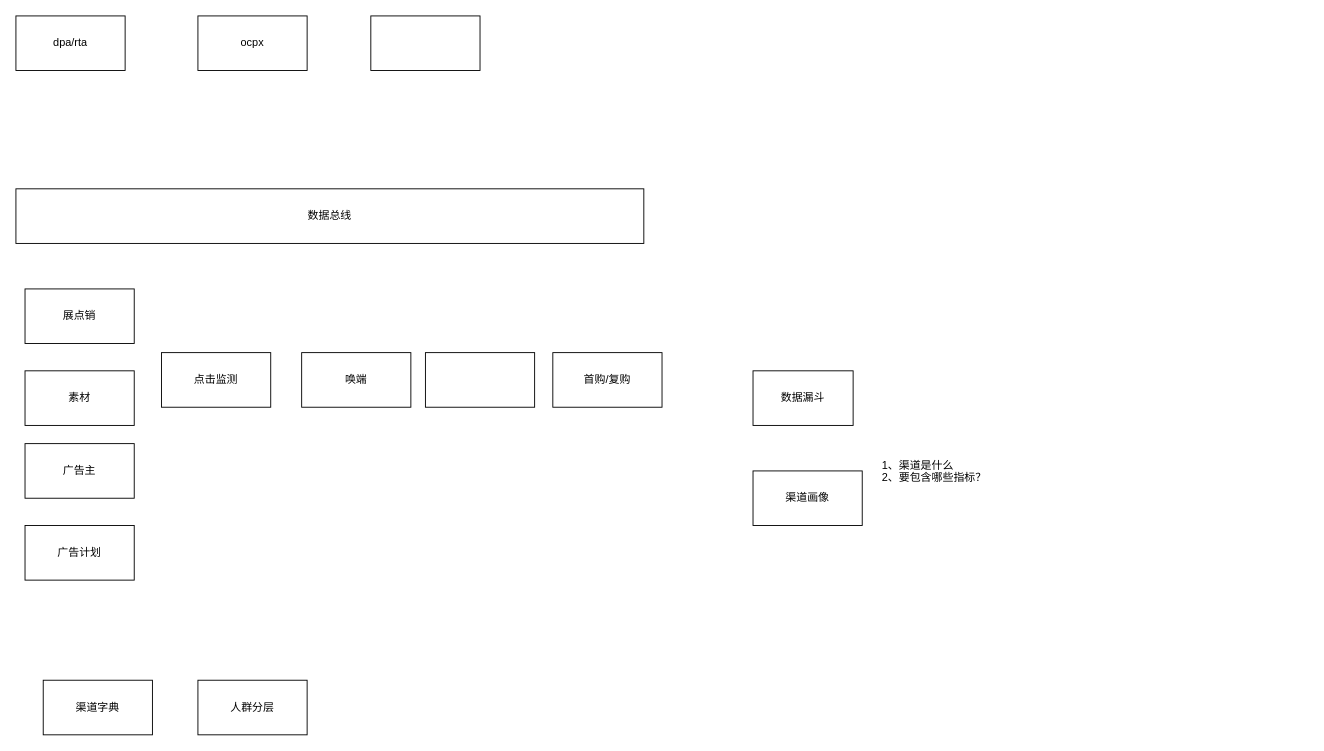
zengnm/diagrams keeps this draw.io diagram as 渠道数据.drawio. Above is the earlier version. Source tidied: cells renumbered, new cells numbered last; positions are measured from the earlier drawing's top-left corner, leaving out a move shared by most shapes. Both pictures are drawn from the tidied source at 91%, with x=0, y=0 at pixel (15, 15).
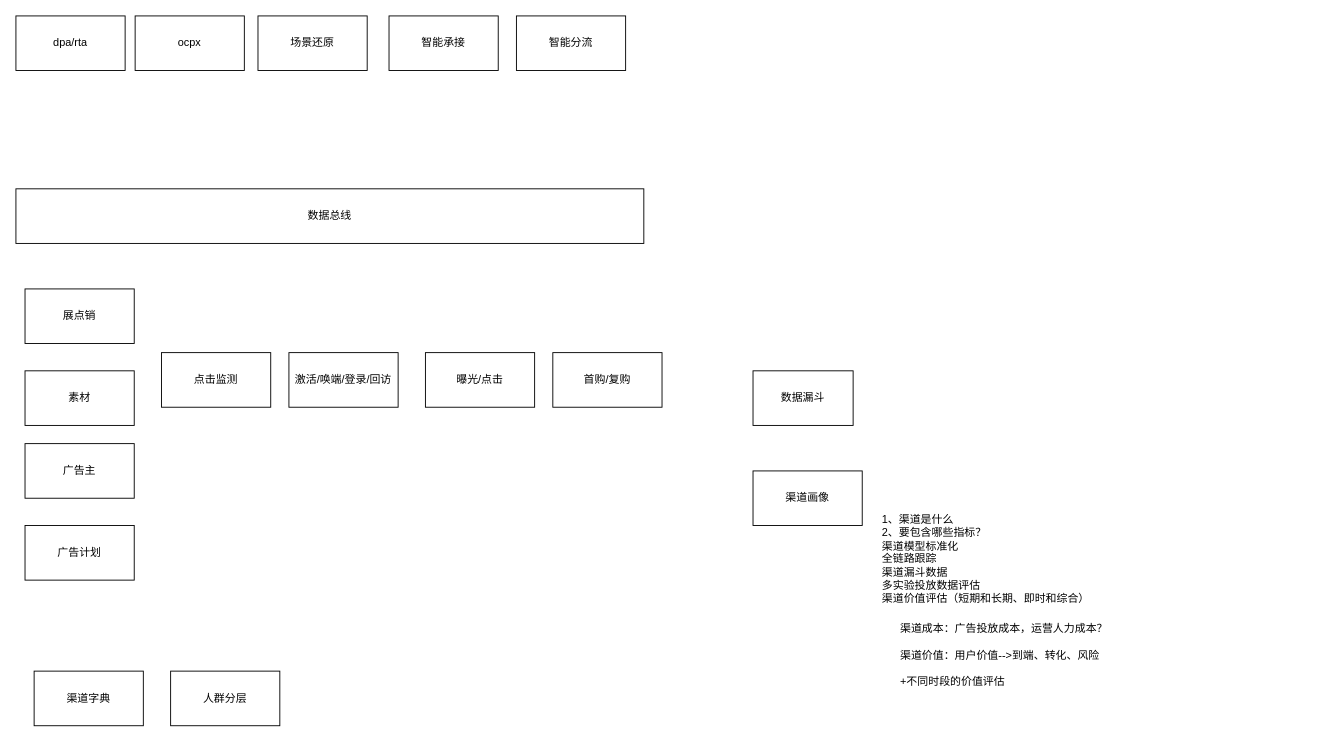
The same page after the edit.

Change to the diagram source:
```diff
@@
     <mxCell id="2" value="渠道字典" style="rounded=0;whiteSpace=wrap;html=1;" parent="1" vertex="1">
-      <mxGeometry x="30" y="730" width="120" height="60" as="geometry" />
+      <mxGeometry x="20" y="720" width="120" height="60" as="geometry" />
     </mxCell>
@@
     <mxCell id="10" value="人群分层" style="rounded=0;whiteSpace=wrap;html=1;" parent="1" vertex="1">
-      <mxGeometry x="200" y="730" width="120" height="60" as="geometry" />
+      <mxGeometry x="170" y="720" width="120" height="60" as="geometry" />
     </mxCell>
@@
     <mxCell id="12" value="ocpx" style="rounded=0;whiteSpace=wrap;html=1;" parent="1" vertex="1">
-      <mxGeometry x="200" width="120" height="60" as="geometry" />
+      <mxGeometry x="131" width="120" height="60" as="geometry" />
     </mxCell>
@@
-    <mxCell id="14" value="唤端" style="rounded=0;whiteSpace=wrap;html=1;" parent="1" vertex="1">
-      <mxGeometry x="314" y="370" width="120" height="60" as="geometry" />
+    <mxCell id="14" value="激活/唤端/登录/回访" style="rounded=0;whiteSpace=wrap;html=1;" parent="1" vertex="1">
+      <mxGeometry x="300" y="370" width="120" height="60" as="geometry" />
     </mxCell>
-    <mxCell id="15" style="rounded=0;whiteSpace=wrap;html=1;" parent="1" vertex="1">
+    <mxCell id="15" value="曝光/点击" style="rounded=0;whiteSpace=wrap;html=1;" parent="1" vertex="1">
       <mxGeometry x="450" y="370" width="120" height="60" as="geometry" />
     </mxCell>
@@
-    <mxCell id="17" style="rounded=0;whiteSpace=wrap;html=1;" parent="1" vertex="1">
-      <mxGeometry x="390" width="120" height="60" as="geometry" />
+    <mxCell id="17" value="场景还原" style="rounded=0;whiteSpace=wrap;html=1;" parent="1" vertex="1">
+      <mxGeometry x="266" width="120" height="60" as="geometry" />
     </mxCell>
-    <mxCell id="18" value="1、渠道是什么&lt;br&gt;2、要包含哪些指标？" style="text;html=1;strokeColor=none;fillColor=none;align=left;verticalAlign=top;whiteSpace=wrap;rounded=0;" parent="1" vertex="1">
-      <mxGeometry x="950" y="480" width="470" height="220" as="geometry" />
+    <mxCell id="18" value="1、渠道是什么&lt;br&gt;2、要包含哪些指标？&lt;br&gt;渠道模型标准化&lt;br&gt;全链路跟踪&lt;br&gt;渠道漏斗数据&lt;br&gt;多实验投放数据评估&lt;br&gt;渠道价值评估（短期和长期、即时和综合）" style="text;html=1;strokeColor=none;fillColor=none;align=left;verticalAlign=top;whiteSpace=wrap;rounded=0;" parent="1" vertex="1">
+      <mxGeometry x="950" y="540" width="470" height="120" as="geometry" />
     </mxCell>
+    <mxCell id="19" value="智能分流" style="rounded=0;whiteSpace=wrap;html=1;" parent="1" vertex="1">
+      <mxGeometry x="550" width="120" height="60" as="geometry" />
+    </mxCell>
+    <mxCell id="20" value="智能承接" style="rounded=0;whiteSpace=wrap;html=1;" parent="1" vertex="1">
+      <mxGeometry x="410" width="120" height="60" as="geometry" />
+    </mxCell>
+    <mxCell id="21" value="渠道成本：广告投放成本，运营人力成本？&lt;br&gt;&lt;br&gt;渠道价值：用户价值--&amp;gt;到端、转化、风险&lt;br&gt;&lt;br&gt;+不同时段的价值评估" style="text;html=1;strokeColor=none;fillColor=none;align=left;verticalAlign=top;whiteSpace=wrap;rounded=0;" parent="1" vertex="1">
+      <mxGeometry x="970" y="660" width="340" height="100" as="geometry" />
+    </mxCell>
```
